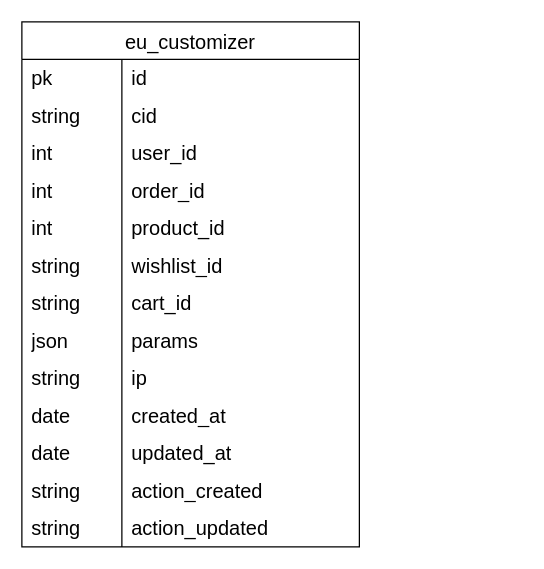
alexdev5/wp-freecalc keeps this draw.io diagram as DB.drawio. Above is the earlier version. Source tidied: cells renumbered, new cells numbered last; positions are measured from the earlier drawing's top-left corner, leaving out a move shared by most shapes. Both pictures are drawn from the tidied source at 125%, with x=0, y=0 at pixel (21, 21).
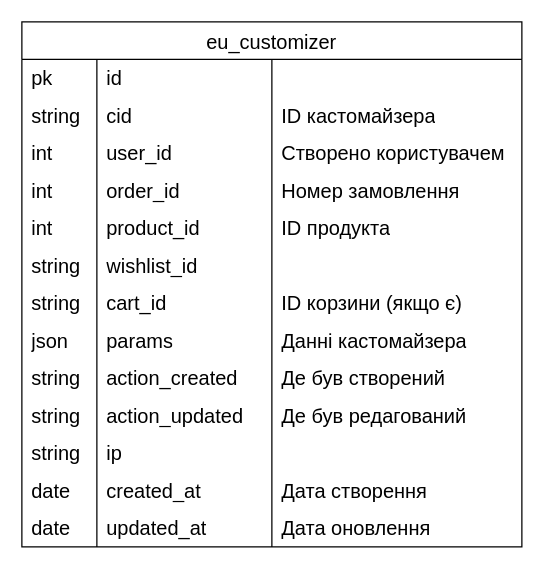
The same diagram, later.

Diff of the diagram source:
```diff
@@
     <mxCell id="2" value="eu_customizer" style="shape=table;startSize=30;childLayout=tableLayout;rowLines=0;fontStyle=0;strokeColor=default;fontSize=16;align=center;spacingLeft=0;" parent="1" vertex="1">
-      <mxGeometry width="270" height="420" as="geometry" />
+      <mxGeometry width="400" height="420" as="geometry" />
     </mxCell>
     <mxCell id="3" style="shape=tableRow;horizontal=0;startSize=0;swimlaneHead=0;swimlaneBody=0;top=0;left=0;bottom=0;right=0;fillColor=none;strokeColor=inherit;fontSize=16;align=left;spacingLeft=6;" parent="2" vertex="1">
-      <mxGeometry y="30" width="270" height="30" as="geometry" />
+      <mxGeometry y="30" width="400" height="30" as="geometry" />
     </mxCell>
     <mxCell id="4" value="pk" style="shape=partialRectangle;html=1;whiteSpace=wrap;fillColor=none;top=0;left=0;bottom=0;right=0;overflow=hidden;strokeColor=inherit;fontSize=16;align=left;spacingLeft=6;" parent="3" vertex="1">
-      <mxGeometry width="80" height="30" as="geometry" />
+      <mxGeometry width="60" height="30" as="geometry" />
     </mxCell>
     <mxCell id="5" value="id" style="shape=partialRectangle;html=1;whiteSpace=wrap;fillColor=none;top=0;left=0;bottom=0;right=0;align=left;spacingLeft=6;overflow=hidden;strokeColor=inherit;fontSize=16;" parent="3" vertex="1">
-      <mxGeometry x="80" width="190" height="30" as="geometry" />
+      <mxGeometry x="60" width="140" height="30" as="geometry" />
     </mxCell>
+    <mxCell id="42" style="shape=partialRectangle;html=1;whiteSpace=wrap;fillColor=none;top=0;left=0;bottom=0;right=0;align=left;spacingLeft=6;overflow=hidden;strokeColor=inherit;fontSize=16;" parent="3" vertex="1">
+      <mxGeometry x="200" width="200" height="30" as="geometry" />
+    </mxCell>
     <mxCell id="6" style="shape=tableRow;horizontal=0;startSize=0;swimlaneHead=0;swimlaneBody=0;top=0;left=0;bottom=0;right=0;fillColor=none;strokeColor=inherit;fontSize=16;align=left;spacingLeft=6;" parent="2" vertex="1">
-      <mxGeometry y="60" width="270" height="30" as="geometry" />
+      <mxGeometry y="60" width="400" height="30" as="geometry" />
     </mxCell>
     <mxCell id="7" value="string" style="shape=partialRectangle;html=1;whiteSpace=wrap;fillColor=none;top=0;left=0;bottom=0;right=0;overflow=hidden;strokeColor=inherit;fontSize=16;align=left;spacingLeft=6;" parent="6" vertex="1">
-      <mxGeometry width="80" height="30" as="geometry" />
+      <mxGeometry width="60" height="30" as="geometry" />
     </mxCell>
     <mxCell id="8" value="cid" style="shape=partialRectangle;html=1;whiteSpace=wrap;fillColor=none;top=0;left=0;bottom=0;right=0;align=left;spacingLeft=6;overflow=hidden;strokeColor=inherit;fontSize=16;" parent="6" vertex="1">
-      <mxGeometry x="80" width="190" height="30" as="geometry" />
+      <mxGeometry x="60" width="140" height="30" as="geometry" />
     </mxCell>
+    <mxCell id="43" value="ID кастомайзера" style="shape=partialRectangle;html=1;whiteSpace=wrap;fillColor=none;top=0;left=0;bottom=0;right=0;align=left;spacingLeft=6;overflow=hidden;strokeColor=inherit;fontSize=16;" parent="6" vertex="1">
+      <mxGeometry x="200" width="200" height="30" as="geometry" />
+    </mxCell>
     <mxCell id="9" style="shape=tableRow;horizontal=0;startSize=0;swimlaneHead=0;swimlaneBody=0;top=0;left=0;bottom=0;right=0;fillColor=none;strokeColor=inherit;fontSize=16;align=left;spacingLeft=6;" parent="2" vertex="1">
-      <mxGeometry y="90" width="270" height="30" as="geometry" />
+      <mxGeometry y="90" width="400" height="30" as="geometry" />
     </mxCell>
     <mxCell id="10" value="int" style="shape=partialRectangle;html=1;whiteSpace=wrap;fillColor=none;top=0;left=0;bottom=0;right=0;overflow=hidden;strokeColor=inherit;fontSize=16;align=left;spacingLeft=6;" parent="9" vertex="1">
-      <mxGeometry width="80" height="30" as="geometry" />
+      <mxGeometry width="60" height="30" as="geometry" />
     </mxCell>
     <mxCell id="11" value="user_id" style="shape=partialRectangle;html=1;whiteSpace=wrap;fillColor=none;top=0;left=0;bottom=0;right=0;align=left;spacingLeft=6;overflow=hidden;strokeColor=inherit;fontSize=16;" parent="9" vertex="1">
-      <mxGeometry x="80" width="190" height="30" as="geometry" />
+      <mxGeometry x="60" width="140" height="30" as="geometry" />
     </mxCell>
+    <mxCell id="44" value="Створено користувачем" style="shape=partialRectangle;html=1;whiteSpace=wrap;fillColor=none;top=0;left=0;bottom=0;right=0;align=left;spacingLeft=6;overflow=hidden;strokeColor=inherit;fontSize=16;" parent="9" vertex="1">
+      <mxGeometry x="200" width="200" height="30" as="geometry" />
+    </mxCell>
     <mxCell id="12" style="shape=tableRow;horizontal=0;startSize=0;swimlaneHead=0;swimlaneBody=0;top=0;left=0;bottom=0;right=0;fillColor=none;strokeColor=inherit;fontSize=16;align=left;spacingLeft=6;" parent="2" vertex="1">
-      <mxGeometry y="120" width="270" height="30" as="geometry" />
+      <mxGeometry y="120" width="400" height="30" as="geometry" />
     </mxCell>
     <mxCell id="13" value="int" style="shape=partialRectangle;html=1;whiteSpace=wrap;fillColor=none;top=0;left=0;bottom=0;right=0;overflow=hidden;strokeColor=inherit;fontSize=16;align=left;spacingLeft=6;" parent="12" vertex="1">
-      <mxGeometry width="80" height="30" as="geometry" />
+      <mxGeometry width="60" height="30" as="geometry" />
     </mxCell>
     <mxCell id="14" value="order_id" style="shape=partialRectangle;html=1;whiteSpace=wrap;fillColor=none;top=0;left=0;bottom=0;right=0;align=left;spacingLeft=6;overflow=hidden;strokeColor=inherit;fontSize=16;" parent="12" vertex="1">
-      <mxGeometry x="80" width="190" height="30" as="geometry" />
+      <mxGeometry x="60" width="140" height="30" as="geometry" />
     </mxCell>
+    <mxCell id="45" value="Номер замовлення" style="shape=partialRectangle;html=1;whiteSpace=wrap;fillColor=none;top=0;left=0;bottom=0;right=0;align=left;spacingLeft=6;overflow=hidden;strokeColor=inherit;fontSize=16;" parent="12" vertex="1">
+      <mxGeometry x="200" width="200" height="30" as="geometry" />
+    </mxCell>
     <mxCell id="15" style="shape=tableRow;horizontal=0;startSize=0;swimlaneHead=0;swimlaneBody=0;top=0;left=0;bottom=0;right=0;fillColor=none;strokeColor=inherit;fontSize=16;align=left;spacingLeft=6;" parent="2" vertex="1">
-      <mxGeometry y="150" width="270" height="30" as="geometry" />
+      <mxGeometry y="150" width="400" height="30" as="geometry" />
     </mxCell>
     <mxCell id="16" value="int" style="shape=partialRectangle;html=1;whiteSpace=wrap;fillColor=none;top=0;left=0;bottom=0;right=0;overflow=hidden;strokeColor=inherit;fontSize=16;align=left;spacingLeft=6;" parent="15" vertex="1">
-      <mxGeometry width="80" height="30" as="geometry" />
+      <mxGeometry width="60" height="30" as="geometry" />
     </mxCell>
     <mxCell id="17" value="product_id" style="shape=partialRectangle;html=1;whiteSpace=wrap;fillColor=none;top=0;left=0;bottom=0;right=0;align=left;spacingLeft=6;overflow=hidden;strokeColor=inherit;fontSize=16;" parent="15" vertex="1">
-      <mxGeometry x="80" width="190" height="30" as="geometry" />
+      <mxGeometry x="60" width="140" height="30" as="geometry" />
     </mxCell>
+    <mxCell id="46" value="ID продукта" style="shape=partialRectangle;html=1;whiteSpace=wrap;fillColor=none;top=0;left=0;bottom=0;right=0;align=left;spacingLeft=6;overflow=hidden;strokeColor=inherit;fontSize=16;" parent="15" vertex="1">
+      <mxGeometry x="200" width="200" height="30" as="geometry" />
+    </mxCell>
     <mxCell id="18" style="shape=tableRow;horizontal=0;startSize=0;swimlaneHead=0;swimlaneBody=0;top=0;left=0;bottom=0;right=0;fillColor=none;strokeColor=inherit;fontSize=16;align=left;spacingLeft=6;" parent="2" vertex="1">
-      <mxGeometry y="180" width="270" height="30" as="geometry" />
+      <mxGeometry y="180" width="400" height="30" as="geometry" />
     </mxCell>
     <mxCell id="19" value="string" style="shape=partialRectangle;html=1;whiteSpace=wrap;fillColor=none;top=0;left=0;bottom=0;right=0;overflow=hidden;strokeColor=inherit;fontSize=16;align=left;spacingLeft=6;" parent="18" vertex="1">
-      <mxGeometry width="80" height="30" as="geometry" />
+      <mxGeometry width="60" height="30" as="geometry" />
     </mxCell>
     <mxCell id="20" value="wishlist_id" style="shape=partialRectangle;html=1;whiteSpace=wrap;fillColor=none;top=0;left=0;bottom=0;right=0;align=left;spacingLeft=6;overflow=hidden;strokeColor=inherit;fontSize=16;" parent="18" vertex="1">
-      <mxGeometry x="80" width="190" height="30" as="geometry" />
+      <mxGeometry x="60" width="140" height="30" as="geometry" />
     </mxCell>
+    <mxCell id="47" style="shape=partialRectangle;html=1;whiteSpace=wrap;fillColor=none;top=0;left=0;bottom=0;right=0;align=left;spacingLeft=6;overflow=hidden;strokeColor=inherit;fontSize=16;" parent="18" vertex="1">
+      <mxGeometry x="200" width="200" height="30" as="geometry" />
+    </mxCell>
     <mxCell id="21" style="shape=tableRow;horizontal=0;startSize=0;swimlaneHead=0;swimlaneBody=0;top=0;left=0;bottom=0;right=0;fillColor=none;strokeColor=inherit;fontSize=16;align=left;spacingLeft=6;" parent="2" vertex="1">
-      <mxGeometry y="210" width="270" height="30" as="geometry" />
+      <mxGeometry y="210" width="400" height="30" as="geometry" />
     </mxCell>
     <mxCell id="22" value="string" style="shape=partialRectangle;html=1;whiteSpace=wrap;fillColor=none;top=0;left=0;bottom=0;right=0;overflow=hidden;strokeColor=inherit;fontSize=16;align=left;spacingLeft=6;" parent="21" vertex="1">
-      <mxGeometry width="80" height="30" as="geometry" />
+      <mxGeometry width="60" height="30" as="geometry" />
     </mxCell>
     <mxCell id="23" value="cart_id" style="shape=partialRectangle;html=1;whiteSpace=wrap;fillColor=none;top=0;left=0;bottom=0;right=0;align=left;spacingLeft=6;overflow=hidden;strokeColor=inherit;fontSize=16;" parent="21" vertex="1">
-      <mxGeometry x="80" width="190" height="30" as="geometry" />
+      <mxGeometry x="60" width="140" height="30" as="geometry" />
     </mxCell>
+    <mxCell id="48" value="ID корзини (якщо є)" style="shape=partialRectangle;html=1;whiteSpace=wrap;fillColor=none;top=0;left=0;bottom=0;right=0;align=left;spacingLeft=6;overflow=hidden;strokeColor=inherit;fontSize=16;" parent="21" vertex="1">
+      <mxGeometry x="200" width="200" height="30" as="geometry" />
+    </mxCell>
     <mxCell id="24" style="shape=tableRow;horizontal=0;startSize=0;swimlaneHead=0;swimlaneBody=0;top=0;left=0;bottom=0;right=0;fillColor=none;strokeColor=inherit;fontSize=16;align=left;spacingLeft=6;" parent="2" vertex="1">
-      <mxGeometry y="240" width="270" height="30" as="geometry" />
+      <mxGeometry y="240" width="400" height="30" as="geometry" />
     </mxCell>
     <mxCell id="25" value="json" style="shape=partialRectangle;html=1;whiteSpace=wrap;fillColor=none;top=0;left=0;bottom=0;right=0;overflow=hidden;strokeColor=inherit;fontSize=16;align=left;spacingLeft=6;" parent="24" vertex="1">
-      <mxGeometry width="80" height="30" as="geometry" />
+      <mxGeometry width="60" height="30" as="geometry" />
     </mxCell>
     <mxCell id="26" value="params" style="shape=partialRectangle;html=1;whiteSpace=wrap;fillColor=none;top=0;left=0;bottom=0;right=0;align=left;spacingLeft=6;overflow=hidden;strokeColor=inherit;fontSize=16;" parent="24" vertex="1">
-      <mxGeometry x="80" width="190" height="30" as="geometry" />
+      <mxGeometry x="60" width="140" height="30" as="geometry" />
     </mxCell>
+    <mxCell id="49" value="Данні кастомайзера" style="shape=partialRectangle;html=1;whiteSpace=wrap;fillColor=none;top=0;left=0;bottom=0;right=0;align=left;spacingLeft=6;overflow=hidden;strokeColor=inherit;fontSize=16;" parent="24" vertex="1">
+      <mxGeometry x="200" width="200" height="30" as="geometry" />
+    </mxCell>
+    <mxCell id="36" style="shape=tableRow;horizontal=0;startSize=0;swimlaneHead=0;swimlaneBody=0;top=0;left=0;bottom=0;right=0;fillColor=none;strokeColor=inherit;fontSize=16;align=left;spacingLeft=6;" parent="2" vertex="1">
+      <mxGeometry y="270" width="400" height="30" as="geometry" />
+    </mxCell>
+    <mxCell id="37" value="string" style="shape=partialRectangle;html=1;whiteSpace=wrap;fillColor=none;top=0;left=0;bottom=0;right=0;overflow=hidden;strokeColor=inherit;fontSize=16;align=left;spacingLeft=6;" parent="36" vertex="1">
+      <mxGeometry width="60" height="30" as="geometry" />
+    </mxCell>
+    <mxCell id="38" value="action_created" style="shape=partialRectangle;html=1;whiteSpace=wrap;fillColor=none;top=0;left=0;bottom=0;right=0;align=left;spacingLeft=6;overflow=hidden;strokeColor=inherit;fontSize=16;" parent="36" vertex="1">
+      <mxGeometry x="60" width="140" height="30" as="geometry" />
+    </mxCell>
+    <mxCell id="50" value="Де був створений" style="shape=partialRectangle;html=1;whiteSpace=wrap;fillColor=none;top=0;left=0;bottom=0;right=0;align=left;spacingLeft=6;overflow=hidden;strokeColor=inherit;fontSize=16;" parent="36" vertex="1">
+      <mxGeometry x="200" width="200" height="30" as="geometry" />
+    </mxCell>
+    <mxCell id="39" style="shape=tableRow;horizontal=0;startSize=0;swimlaneHead=0;swimlaneBody=0;top=0;left=0;bottom=0;right=0;fillColor=none;strokeColor=inherit;fontSize=16;align=left;spacingLeft=6;" parent="2" vertex="1">
+      <mxGeometry y="300" width="400" height="30" as="geometry" />
+    </mxCell>
+    <mxCell id="40" value="string" style="shape=partialRectangle;html=1;whiteSpace=wrap;fillColor=none;top=0;left=0;bottom=0;right=0;overflow=hidden;strokeColor=inherit;fontSize=16;align=left;spacingLeft=6;" parent="39" vertex="1">
+      <mxGeometry width="60" height="30" as="geometry" />
+    </mxCell>
+    <mxCell id="41" value="action_updated" style="shape=partialRectangle;html=1;whiteSpace=wrap;fillColor=none;top=0;left=0;bottom=0;right=0;align=left;spacingLeft=6;overflow=hidden;strokeColor=inherit;fontSize=16;" parent="39" vertex="1">
+      <mxGeometry x="60" width="140" height="30" as="geometry" />
+    </mxCell>
+    <mxCell id="51" value="Де був редагований" style="shape=partialRectangle;html=1;whiteSpace=wrap;fillColor=none;top=0;left=0;bottom=0;right=0;align=left;spacingLeft=6;overflow=hidden;strokeColor=inherit;fontSize=16;" parent="39" vertex="1">
+      <mxGeometry x="200" width="200" height="30" as="geometry" />
+    </mxCell>
     <mxCell id="27" style="shape=tableRow;horizontal=0;startSize=0;swimlaneHead=0;swimlaneBody=0;top=0;left=0;bottom=0;right=0;fillColor=none;strokeColor=inherit;fontSize=16;align=left;spacingLeft=6;" parent="2" vertex="1">
-      <mxGeometry y="270" width="270" height="30" as="geometry" />
+      <mxGeometry y="330" width="400" height="30" as="geometry" />
     </mxCell>
     <mxCell id="28" value="string" style="shape=partialRectangle;html=1;whiteSpace=wrap;fillColor=none;top=0;left=0;bottom=0;right=0;overflow=hidden;strokeColor=inherit;fontSize=16;align=left;spacingLeft=6;" parent="27" vertex="1">
-      <mxGeometry width="80" height="30" as="geometry" />
+      <mxGeometry width="60" height="30" as="geometry" />
     </mxCell>
     <mxCell id="29" value="ip" style="shape=partialRectangle;html=1;whiteSpace=wrap;fillColor=none;top=0;left=0;bottom=0;right=0;align=left;spacingLeft=6;overflow=hidden;strokeColor=inherit;fontSize=16;" parent="27" vertex="1">
-      <mxGeometry x="80" width="190" height="30" as="geometry" />
+      <mxGeometry x="60" width="140" height="30" as="geometry" />
     </mxCell>
+    <mxCell id="52" style="shape=partialRectangle;html=1;whiteSpace=wrap;fillColor=none;top=0;left=0;bottom=0;right=0;align=left;spacingLeft=6;overflow=hidden;strokeColor=inherit;fontSize=16;" parent="27" vertex="1">
+      <mxGeometry x="200" width="200" height="30" as="geometry" />
+    </mxCell>
     <mxCell id="30" style="shape=tableRow;horizontal=0;startSize=0;swimlaneHead=0;swimlaneBody=0;top=0;left=0;bottom=0;right=0;fillColor=none;strokeColor=inherit;fontSize=16;align=left;spacingLeft=6;" parent="2" vertex="1">
-      <mxGeometry y="300" width="270" height="30" as="geometry" />
+      <mxGeometry y="360" width="400" height="30" as="geometry" />
     </mxCell>
     <mxCell id="31" value="date" style="shape=partialRectangle;html=1;whiteSpace=wrap;fillColor=none;top=0;left=0;bottom=0;right=0;overflow=hidden;strokeColor=inherit;fontSize=16;align=left;spacingLeft=6;" parent="30" vertex="1">
-      <mxGeometry width="80" height="30" as="geometry" />
+      <mxGeometry width="60" height="30" as="geometry" />
     </mxCell>
     <mxCell id="32" value="created_at" style="shape=partialRectangle;html=1;whiteSpace=wrap;fillColor=none;top=0;left=0;bottom=0;right=0;align=left;spacingLeft=6;overflow=hidden;strokeColor=inherit;fontSize=16;" parent="30" vertex="1">
-      <mxGeometry x="80" width="190" height="30" as="geometry" />
+      <mxGeometry x="60" width="140" height="30" as="geometry" />
     </mxCell>
+    <mxCell id="53" value="Дата створення" style="shape=partialRectangle;html=1;whiteSpace=wrap;fillColor=none;top=0;left=0;bottom=0;right=0;align=left;spacingLeft=6;overflow=hidden;strokeColor=inherit;fontSize=16;" parent="30" vertex="1">
+      <mxGeometry x="200" width="200" height="30" as="geometry" />
+    </mxCell>
     <mxCell id="33" style="shape=tableRow;horizontal=0;startSize=0;swimlaneHead=0;swimlaneBody=0;top=0;left=0;bottom=0;right=0;fillColor=none;strokeColor=inherit;fontSize=16;align=left;spacingLeft=6;" parent="2" vertex="1">
-      <mxGeometry y="330" width="270" height="30" as="geometry" />
+      <mxGeometry y="390" width="400" height="30" as="geometry" />
     </mxCell>
     <mxCell id="34" value="date" style="shape=partialRectangle;html=1;whiteSpace=wrap;fillColor=none;top=0;left=0;bottom=0;right=0;overflow=hidden;strokeColor=inherit;fontSize=16;align=left;spacingLeft=6;" parent="33" vertex="1">
-      <mxGeometry width="80" height="30" as="geometry" />
+      <mxGeometry width="60" height="30" as="geometry" />
     </mxCell>
     <mxCell id="35" value="updated_at" style="shape=partialRectangle;html=1;whiteSpace=wrap;fillColor=none;top=0;left=0;bottom=0;right=0;align=left;spacingLeft=6;overflow=hidden;strokeColor=inherit;fontSize=16;" parent="33" vertex="1">
-      <mxGeometry x="80" width="190" height="30" as="geometry" />
+      <mxGeometry x="60" width="140" height="30" as="geometry" />
     </mxCell>
-    <mxCell id="36" style="shape=tableRow;horizontal=0;startSize=0;swimlaneHead=0;swimlaneBody=0;top=0;left=0;bottom=0;right=0;fillColor=none;strokeColor=inherit;fontSize=16;align=left;spacingLeft=6;" parent="2" vertex="1">
-      <mxGeometry y="360" width="270" height="30" as="geometry" />
-    </mxCell>
-    <mxCell id="37" value="string" style="shape=partialRectangle;html=1;whiteSpace=wrap;fillColor=none;top=0;left=0;bottom=0;right=0;overflow=hidden;strokeColor=inherit;fontSize=16;align=left;spacingLeft=6;" parent="36" vertex="1">
-      <mxGeometry width="80" height="30" as="geometry" />
-    </mxCell>
-    <mxCell id="38" value="action_created" style="shape=partialRectangle;html=1;whiteSpace=wrap;fillColor=none;top=0;left=0;bottom=0;right=0;align=left;spacingLeft=6;overflow=hidden;strokeColor=inherit;fontSize=16;" parent="36" vertex="1">
-      <mxGeometry x="80" width="190" height="30" as="geometry" />
-    </mxCell>
-    <mxCell id="39" style="shape=tableRow;horizontal=0;startSize=0;swimlaneHead=0;swimlaneBody=0;top=0;left=0;bottom=0;right=0;fillColor=none;strokeColor=inherit;fontSize=16;align=left;spacingLeft=6;" parent="2" vertex="1">
-      <mxGeometry y="390" width="270" height="30" as="geometry" />
-    </mxCell>
-    <mxCell id="40" value="string" style="shape=partialRectangle;html=1;whiteSpace=wrap;fillColor=none;top=0;left=0;bottom=0;right=0;overflow=hidden;strokeColor=inherit;fontSize=16;align=left;spacingLeft=6;" parent="39" vertex="1">
-      <mxGeometry width="80" height="30" as="geometry" />
-    </mxCell>
-    <mxCell id="41" value="action_updated" style="shape=partialRectangle;html=1;whiteSpace=wrap;fillColor=none;top=0;left=0;bottom=0;right=0;align=left;spacingLeft=6;overflow=hidden;strokeColor=inherit;fontSize=16;" parent="39" vertex="1">
-      <mxGeometry x="80" width="190" height="30" as="geometry" />
-    </mxCell>
+    <mxCell id="54" value="Дата оновлення" style="shape=partialRectangle;html=1;whiteSpace=wrap;fillColor=none;top=0;left=0;bottom=0;right=0;align=left;spacingLeft=6;overflow=hidden;strokeColor=inherit;fontSize=16;" parent="33" vertex="1">
+      <mxGeometry x="200" width="200" height="30" as="geometry" />
+    </mxCell>
```
